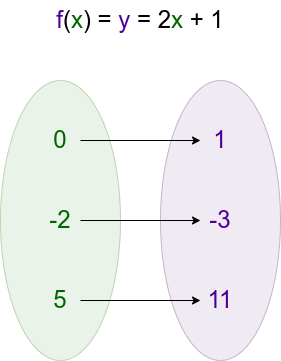
This is diagrams/function_definition.drawio.png from ryndovaira-org/data_science_lectures, a draw.io export, as it was before one commit. Source tidied: cells renumbered, new cells last; positions are measured from the earlier drawing's top-left corner, leaving out a move shared by most shapes.
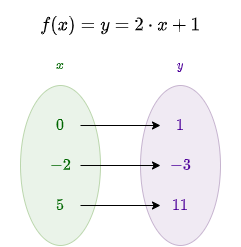
After the change.

What changed in the source:
```diff
@@ -1,42 +1,48 @@
-<mxGraphModel>
+<mxGraphModel math="1">
   <root>
     <mxCell id="0" />
     <mxCell id="1" parent="0" />
+    <mxCell id="14" value="$$f(x) = y = 2 \cdot x + 1$$" style="text;html=1;strokeColor=none;fillColor=none;align=center;verticalAlign=middle;whiteSpace=wrap;rounded=0;fontSize=16;" parent="1" vertex="1">
+      <mxGeometry width="240" height="40" as="geometry" />
+    </mxCell>
+    <mxCell id="15" value="$$x$$" style="text;html=1;strokeColor=none;fillColor=none;align=center;verticalAlign=middle;whiteSpace=wrap;rounded=0;fontColor=#006600;" parent="1" vertex="1">
+      <mxGeometry x="40" y="40" width="40" height="40" as="geometry" />
+    </mxCell>
+    <mxCell id="16" value="$$y$$" style="text;html=1;strokeColor=none;fillColor=none;align=center;verticalAlign=middle;whiteSpace=wrap;rounded=0;fontColor=#4C0099;" parent="1" vertex="1">
+      <mxGeometry x="160" y="40" width="40" height="40" as="geometry" />
+    </mxCell>
-    <mxCell id="2" style="ellipse;whiteSpace=wrap;html=1;fillColor=#e1d5e7;strokeColor=#9673a6;opacity=50;" parent="1" vertex="1">
-      <mxGeometry x="160" y="80" width="120" height="280" as="geometry" />
+    <mxCell id="2" style="ellipse;whiteSpace=wrap;html=1;fillColor=#e1d5e7;strokeColor=#9673a6;opacity=50;fontSize=14;" parent="1" vertex="1">
+      <mxGeometry x="140" y="80" width="80" height="160" as="geometry" />
     </mxCell>
-    <mxCell id="3" style="ellipse;whiteSpace=wrap;html=1;fillColor=#d5e8d4;strokeColor=#82b366;opacity=50;" parent="1" vertex="1">
-      <mxGeometry y="80" width="120" height="280" as="geometry" />
+    <mxCell id="3" style="ellipse;whiteSpace=wrap;html=1;fillColor=#d5e8d4;strokeColor=#82b366;opacity=50;fontSize=14;" parent="1" vertex="1">
+      <mxGeometry x="20" y="80" width="80" height="160" as="geometry" />
     </mxCell>
-    <mxCell id="4" value="&lt;font color=&quot;#4c0099&quot; style=&quot;font-size: 24px;&quot;&gt;f&lt;/font&gt;(&lt;font color=&quot;#006600&quot; style=&quot;font-size: 24px;&quot;&gt;x&lt;/font&gt;) = &lt;font color=&quot;#4c0099&quot; style=&quot;font-size: 24px;&quot;&gt;y&lt;/font&gt; = 2&lt;font color=&quot;#006600&quot; style=&quot;font-size: 24px;&quot;&gt;x&lt;/font&gt; + 1" style="text;html=1;strokeColor=none;fillColor=none;align=center;verticalAlign=middle;whiteSpace=wrap;rounded=0;fontSize=24;spacing=4;fontFamily=Helvetica;" parent="1" vertex="1">
-      <mxGeometry x="40" width="200" height="40" as="geometry" />
-    </mxCell>
-    <mxCell id="5" style="edgeStyle=orthogonalEdgeStyle;rounded=0;jettySize=auto;html=1;exitX=1;exitY=0.5;exitDx=0;exitDy=0;" parent="1" edge="1" source="6" target="11">
-      <mxGeometry relative="1" as="geometry" />
-    </mxCell>
-    <mxCell id="6" value="0" style="text;html=1;strokeColor=none;fillColor=none;align=center;verticalAlign=middle;whiteSpace=wrap;rounded=0;fontColor=#006600;fontSize=24;" parent="1" vertex="1">
-      <mxGeometry x="40" y="120" width="40" height="40" as="geometry" />
+    <mxCell id="6" value="$$0$$" style="text;html=1;strokeColor=none;fillColor=none;align=center;verticalAlign=middle;whiteSpace=wrap;rounded=0;fontColor=#006600;fontSize=14;" parent="1" vertex="1">
+      <mxGeometry x="40" y="100" width="40" height="40" as="geometry" />
     </mxCell>
-    <mxCell id="7" style="edgeStyle=orthogonalEdgeStyle;rounded=0;jettySize=auto;html=1;exitX=1;exitY=0.5;exitDx=0;exitDy=0;entryX=0;entryY=0.5;entryDx=0;entryDy=0;" parent="1" edge="1" source="8" target="12">
-      <mxGeometry relative="1" as="geometry" />
-    </mxCell>
-    <mxCell id="8" value="-2" style="text;html=1;strokeColor=none;fillColor=none;align=center;verticalAlign=middle;whiteSpace=wrap;rounded=0;fontColor=#006600;fontSize=24;" parent="1" vertex="1">
-      <mxGeometry x="40" y="200" width="40" height="40" as="geometry" />
+    <mxCell id="8" value="$$-2$$" style="text;html=1;strokeColor=none;fillColor=none;align=center;verticalAlign=middle;whiteSpace=wrap;rounded=0;fontColor=#006600;fontSize=14;" parent="1" vertex="1">
+      <mxGeometry x="40" y="140" width="40" height="40" as="geometry" />
     </mxCell>
-    <mxCell id="9" style="edgeStyle=orthogonalEdgeStyle;rounded=0;jettySize=auto;html=1;exitX=1;exitY=0.5;exitDx=0;exitDy=0;" parent="1" edge="1" source="10" target="13">
-      <mxGeometry relative="1" as="geometry" />
-    </mxCell>
-    <mxCell id="10" value="5" style="text;html=1;strokeColor=none;fillColor=none;align=center;verticalAlign=middle;whiteSpace=wrap;rounded=0;fontColor=#006600;fontSize=24;" parent="1" vertex="1">
-      <mxGeometry x="40" y="280" width="40" height="40" as="geometry" />
+    <mxCell id="10" value="$$5$$" style="text;html=1;strokeColor=none;fillColor=none;align=center;verticalAlign=middle;whiteSpace=wrap;rounded=0;fontColor=#006600;fontSize=14;" parent="1" vertex="1">
+      <mxGeometry x="40" y="180" width="40" height="40" as="geometry" />
     </mxCell>
-    <mxCell id="11" value="1" style="text;html=1;strokeColor=none;fillColor=none;align=center;verticalAlign=middle;whiteSpace=wrap;rounded=0;fontColor=#4C0099;fontSize=24;" parent="1" vertex="1">
-      <mxGeometry x="200" y="120" width="40" height="40" as="geometry" />
+    <mxCell id="11" value="$$1$$" style="text;html=1;strokeColor=none;fillColor=none;align=center;verticalAlign=middle;whiteSpace=wrap;rounded=0;fontColor=#4C0099;fontSize=14;" parent="1" vertex="1">
+      <mxGeometry x="160" y="100" width="40" height="40" as="geometry" />
     </mxCell>
+    <mxCell id="5" style="edgeStyle=orthogonalEdgeStyle;rounded=0;jettySize=auto;html=1;exitX=1;exitY=0.5;exitDx=0;exitDy=0;fontSize=14;" parent="1" edge="1" source="6" target="11">
+      <mxGeometry relative="1" as="geometry" />
+    </mxCell>
-    <mxCell id="12" value="-3" style="text;html=1;strokeColor=none;fillColor=none;align=center;verticalAlign=middle;whiteSpace=wrap;rounded=0;fontColor=#4C0099;fontSize=24;" parent="1" vertex="1">
-      <mxGeometry x="200" y="200" width="40" height="40" as="geometry" />
+    <mxCell id="12" value="$$-3$$" style="text;html=1;strokeColor=none;fillColor=none;align=center;verticalAlign=middle;whiteSpace=wrap;rounded=0;fontColor=#4C0099;fontSize=14;" parent="1" vertex="1">
+      <mxGeometry x="160" y="140" width="40" height="40" as="geometry" />
     </mxCell>
+    <mxCell id="7" style="edgeStyle=orthogonalEdgeStyle;rounded=0;jettySize=auto;html=1;exitX=1;exitY=0.5;exitDx=0;exitDy=0;entryX=0;entryY=0.5;entryDx=0;entryDy=0;fontSize=14;" parent="1" edge="1" source="8" target="12">
+      <mxGeometry relative="1" as="geometry" />
+    </mxCell>
-    <mxCell id="13" value="11" style="text;html=1;strokeColor=none;fillColor=none;align=center;verticalAlign=middle;whiteSpace=wrap;rounded=0;fontColor=#4C0099;fontSize=24;" parent="1" vertex="1">
-      <mxGeometry x="200" y="280" width="40" height="40" as="geometry" />
+    <mxCell id="13" value="$$11$$" style="text;html=1;strokeColor=none;fillColor=none;align=center;verticalAlign=middle;whiteSpace=wrap;rounded=0;fontColor=#4C0099;fontSize=14;" parent="1" vertex="1">
+      <mxGeometry x="160" y="180" width="40" height="40" as="geometry" />
     </mxCell>
+    <mxCell id="9" style="edgeStyle=orthogonalEdgeStyle;rounded=0;jettySize=auto;html=1;exitX=1;exitY=0.5;exitDx=0;exitDy=0;fontSize=14;" parent="1" edge="1" source="10" target="13">
+      <mxGeometry relative="1" as="geometry" />
+    </mxCell>
   </root>
 </mxGraphModel>
```
